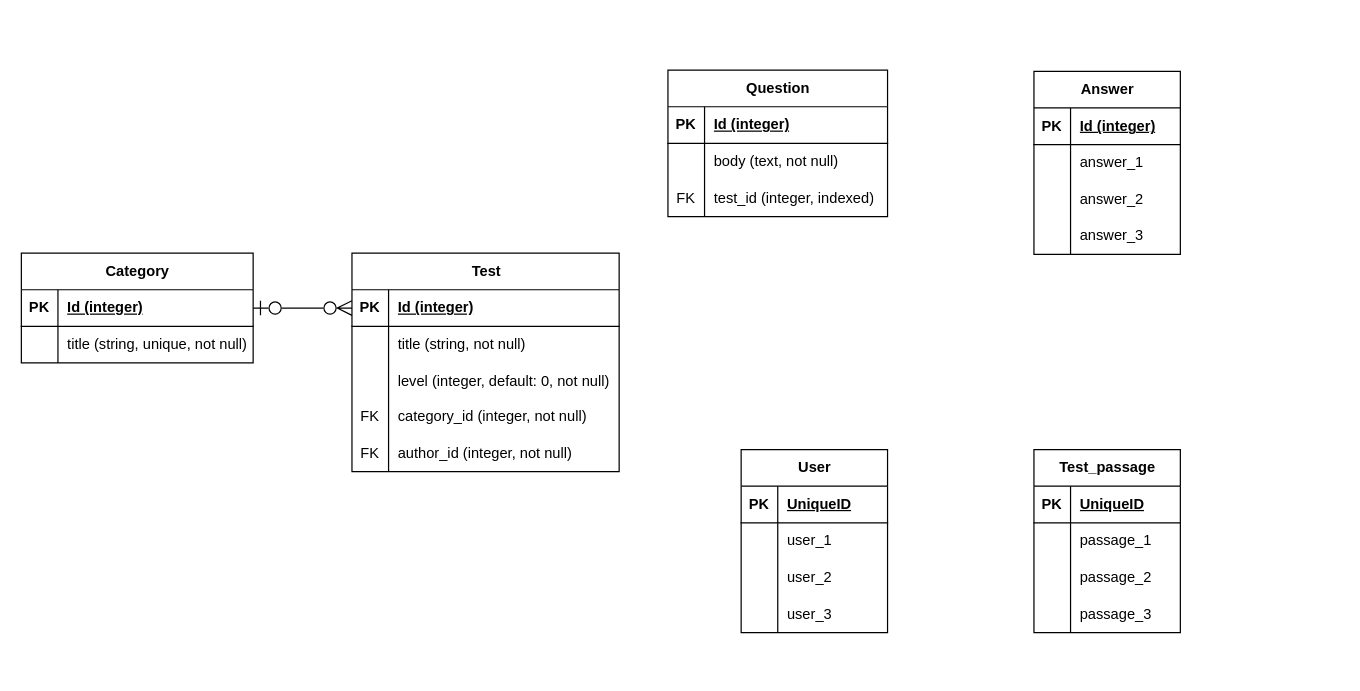
Above: Untitled Diagram.drawio in RomaVega/test-guru (draw.io), before the change. Source tidied: cells renumbered, new cells numbered last; positions are measured from the earlier drawing's top-left corner, leaving out a move shared by most shapes. Both pictures are drawn from the tidied source at 122%, with x=0, y=0 at pixel (21, 70).
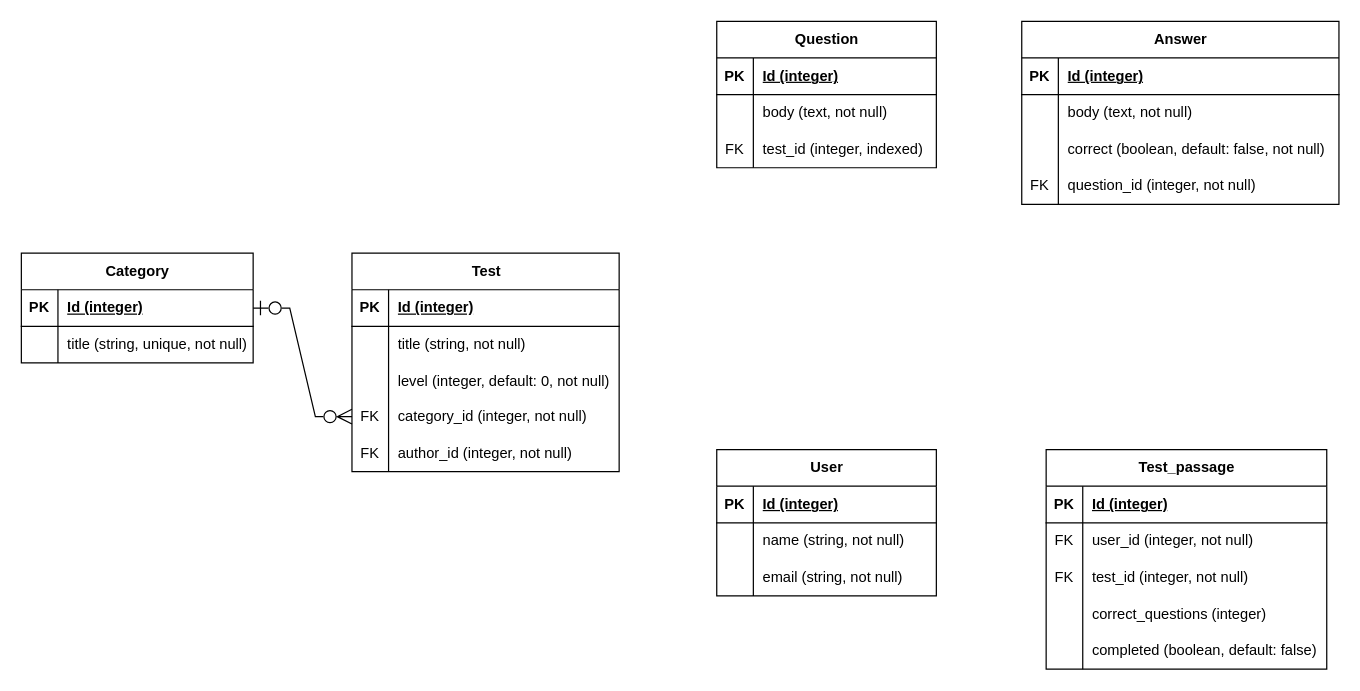
The same page after the edit.

Unchanged cells that the change refers to:
```xml
<mxCell id="3" style="shape=tableRow;horizontal=0;startSize=0;swimlaneHead=0;swimlaneBody=0;fillColor=none;points=[[0,0.5],[1,0.5]];portConstraint=eastwest;top=0;left=0;right=0;bottom=1;fontSize=12;" parent="2" vertex="1">
  <mxGeometry y="30" width="190" height="30" as="geometry" />
</mxCell>
<mxCell id="10" style="shape=tableRow;horizontal=0;startSize=0;swimlaneHead=0;swimlaneBody=0;fillColor=none;points=[[0,0.5],[1,0.5]];portConstraint=eastwest;top=0;left=0;right=0;bottom=1;fontSize=12;" parent="9" vertex="1">
  <mxGeometry y="30" width="219" height="30" as="geometry" />
</mxCell>
<mxCell id="19" style="shape=tableRow;horizontal=0;startSize=0;swimlaneHead=0;swimlaneBody=0;fillColor=none;points=[[0,0.5],[1,0.5]];portConstraint=eastwest;top=0;left=0;right=0;bottom=0;fontSize=12;" parent="9" vertex="1">
  <mxGeometry y="119" width="219" height="30" as="geometry" />
</mxCell>
```

Diff of the diagram source:
```diff
@@
-    <mxCell id="25" style="edgeStyle=entityRelationEdgeStyle;fontSize=12;html=1;endArrow=ERzeroToMany;startArrow=ERzeroToOne;rounded=0;entryX=0;entryY=0.5;entryDx=0;entryDy=0;exitX=1;exitY=0.5;exitDx=0;exitDy=0;startFill=0;endFill=0;startSize=10;endSize=10;" parent="1" edge="1" source="3" target="10">
+    <mxCell id="25" style="edgeStyle=entityRelationEdgeStyle;fontSize=12;html=1;endArrow=ERzeroToMany;startArrow=ERzeroToOne;rounded=0;entryX=0;entryY=0.5;entryDx=0;entryDy=0;exitX=1;exitY=0.5;exitDx=0;exitDy=0;startFill=0;endFill=0;startSize=10;endSize=10;" parent="1" edge="1" source="3" target="19">
       <mxGeometry relative="1" as="geometry" />
     </mxCell>
     <mxCell id="26" value="Question" style="shape=table;startSize=30;childLayout=tableLayout;rowLines=0;fontStyle=1;align=center;html=1;fontSize=12;" parent="1" vertex="1">
-      <mxGeometry x="530" width="180" height="120" as="geometry" />
+      <mxGeometry x="570" y="-40" width="180" height="120" as="geometry" />
     </mxCell>
@@
     <mxCell id="36" value="User" style="shape=table;startSize=30;childLayout=tableLayout;rowLines=0;fontStyle=1;align=center;html=1;fontSize=12;" parent="1" vertex="1">
-      <mxGeometry x="590" y="311" width="120" height="150" as="geometry" />
+      <mxGeometry x="570" y="311" width="180" height="120" as="geometry" />
     </mxCell>
     <mxCell id="37" style="shape=tableRow;horizontal=0;startSize=0;swimlaneHead=0;swimlaneBody=0;fillColor=none;top=0;left=0;right=0;bottom=1;fontSize=12;" parent="36" vertex="1">
-      <mxGeometry y="30" width="120" height="30" as="geometry" />
+      <mxGeometry y="30" width="180" height="30" as="geometry" />
     </mxCell>
@@
-    <mxCell id="39" value="UniqueID" style="shape=partialRectangle;fillColor=none;top=0;left=0;bottom=0;right=0;align=left;spacingLeft=6;fontStyle=5;overflow=hidden;whiteSpace=wrap;html=1;fontSize=12;" parent="37" vertex="1">
-      <mxGeometry x="30" width="90" height="30" as="geometry" />
+    <mxCell id="39" value="Id (integer)" style="shape=partialRectangle;fillColor=none;top=0;left=0;bottom=0;right=0;align=left;spacingLeft=6;fontStyle=5;overflow=hidden;whiteSpace=wrap;html=1;fontSize=12;" parent="37" vertex="1">
+      <mxGeometry x="30" width="150" height="30" as="geometry" />
     </mxCell>
     <mxCell id="40" style="shape=tableRow;horizontal=0;startSize=0;swimlaneHead=0;swimlaneBody=0;fillColor=none;top=0;left=0;right=0;bottom=0;fontSize=12;" parent="36" vertex="1">
-      <mxGeometry y="60" width="120" height="30" as="geometry" />
+      <mxGeometry y="60" width="180" height="30" as="geometry" />
     </mxCell>
@@
-    <mxCell id="42" value="user_1" style="shape=partialRectangle;fillColor=none;top=0;left=0;bottom=0;right=0;align=left;spacingLeft=6;overflow=hidden;whiteSpace=wrap;html=1;fontSize=12;" parent="40" vertex="1">
-      <mxGeometry x="30" width="90" height="30" as="geometry" />
+    <mxCell id="42" value="name (string, not null)" style="shape=partialRectangle;fillColor=none;top=0;left=0;bottom=0;right=0;align=left;spacingLeft=6;overflow=hidden;whiteSpace=wrap;html=1;fontSize=12;" parent="40" vertex="1">
+      <mxGeometry x="30" width="150" height="30" as="geometry" />
     </mxCell>
     <mxCell id="43" style="shape=tableRow;horizontal=0;startSize=0;swimlaneHead=0;swimlaneBody=0;fillColor=none;top=0;left=0;right=0;bottom=0;fontSize=12;" parent="36" vertex="1">
-      <mxGeometry y="90" width="120" height="30" as="geometry" />
+      <mxGeometry y="90" width="180" height="30" as="geometry" />
     </mxCell>
@@
-    <mxCell id="45" value="user_2" style="shape=partialRectangle;fillColor=none;top=0;left=0;bottom=0;right=0;align=left;spacingLeft=6;overflow=hidden;whiteSpace=wrap;html=1;fontSize=12;" parent="43" vertex="1">
-      <mxGeometry x="30" width="90" height="30" as="geometry" />
+    <mxCell id="45" value="email (string, not null)" style="shape=partialRectangle;fillColor=none;top=0;left=0;bottom=0;right=0;align=left;spacingLeft=6;overflow=hidden;whiteSpace=wrap;html=1;fontSize=12;" parent="43" vertex="1">
+      <mxGeometry x="30" width="150" height="30" as="geometry" />
     </mxCell>
-    <mxCell id="46" style="shape=tableRow;horizontal=0;startSize=0;swimlaneHead=0;swimlaneBody=0;fillColor=none;top=0;left=0;right=0;bottom=0;fontSize=12;" parent="36" vertex="1">
-      <mxGeometry y="120" width="120" height="30" as="geometry" />
-    </mxCell>
-    <mxCell id="47" style="shape=partialRectangle;fillColor=none;top=0;left=0;bottom=0;right=0;overflow=hidden;whiteSpace=wrap;html=1;fontSize=12;" parent="46" vertex="1">
-      <mxGeometry width="30" height="30" as="geometry" />
-    </mxCell>
-    <mxCell id="48" value="user_3" style="shape=partialRectangle;fillColor=none;top=0;left=0;bottom=0;right=0;align=left;spacingLeft=6;overflow=hidden;whiteSpace=wrap;html=1;fontSize=12;" parent="46" vertex="1">
-      <mxGeometry x="30" width="90" height="30" as="geometry" />
-    </mxCell>
     <mxCell id="49" value="Test_passage" style="shape=table;startSize=30;childLayout=tableLayout;rowLines=0;fontStyle=1;align=center;html=1;fontSize=12;" parent="1" vertex="1">
-      <mxGeometry x="830" y="311" width="120" height="150" as="geometry" />
+      <mxGeometry x="840" y="311" width="230" height="180" as="geometry" />
     </mxCell>
     <mxCell id="50" style="shape=tableRow;horizontal=0;startSize=0;swimlaneHead=0;swimlaneBody=0;fillColor=none;top=0;left=0;right=0;bottom=1;fontSize=12;" parent="49" vertex="1">
-      <mxGeometry y="30" width="120" height="30" as="geometry" />
+      <mxGeometry y="30" width="230" height="30" as="geometry" />
     </mxCell>
@@
-    <mxCell id="52" value="UniqueID" style="shape=partialRectangle;fillColor=none;top=0;left=0;bottom=0;right=0;align=left;spacingLeft=6;fontStyle=5;overflow=hidden;whiteSpace=wrap;html=1;fontSize=12;" parent="50" vertex="1">
-      <mxGeometry x="30" width="90" height="30" as="geometry" />
+    <mxCell id="52" value="Id (integer)" style="shape=partialRectangle;fillColor=none;top=0;left=0;bottom=0;right=0;align=left;spacingLeft=6;fontStyle=5;overflow=hidden;whiteSpace=wrap;html=1;fontSize=12;" parent="50" vertex="1">
+      <mxGeometry x="30" width="200" height="30" as="geometry" />
     </mxCell>
     <mxCell id="53" style="shape=tableRow;horizontal=0;startSize=0;swimlaneHead=0;swimlaneBody=0;fillColor=none;top=0;left=0;right=0;bottom=0;fontSize=12;" parent="49" vertex="1">
-      <mxGeometry y="60" width="120" height="30" as="geometry" />
+      <mxGeometry y="60" width="230" height="30" as="geometry" />
     </mxCell>
-    <mxCell id="54" style="shape=partialRectangle;fillColor=none;top=0;left=0;bottom=0;right=0;overflow=hidden;whiteSpace=wrap;html=1;fontSize=12;" parent="53" vertex="1">
+    <mxCell id="54" value="FK" style="shape=partialRectangle;fillColor=none;top=0;left=0;bottom=0;right=0;overflow=hidden;whiteSpace=wrap;html=1;fontSize=12;" parent="53" vertex="1">
       <mxGeometry width="30" height="30" as="geometry" />
     </mxCell>
-    <mxCell id="55" value="passage_1" style="shape=partialRectangle;fillColor=none;top=0;left=0;bottom=0;right=0;align=left;spacingLeft=6;overflow=hidden;whiteSpace=wrap;html=1;fontSize=12;" parent="53" vertex="1">
-      <mxGeometry x="30" width="90" height="30" as="geometry" />
+    <mxCell id="55" value="user_id (integer, not null)" style="shape=partialRectangle;fillColor=none;top=0;left=0;bottom=0;right=0;align=left;spacingLeft=6;overflow=hidden;whiteSpace=wrap;html=1;fontSize=12;" parent="53" vertex="1">
+      <mxGeometry x="30" width="200" height="30" as="geometry" />
     </mxCell>
     <mxCell id="56" style="shape=tableRow;horizontal=0;startSize=0;swimlaneHead=0;swimlaneBody=0;fillColor=none;top=0;left=0;right=0;bottom=0;fontSize=12;" parent="49" vertex="1">
-      <mxGeometry y="90" width="120" height="30" as="geometry" />
+      <mxGeometry y="90" width="230" height="30" as="geometry" />
     </mxCell>
-    <mxCell id="57" style="shape=partialRectangle;fillColor=none;top=0;left=0;bottom=0;right=0;overflow=hidden;whiteSpace=wrap;html=1;fontSize=12;" parent="56" vertex="1">
+    <mxCell id="57" value="FK" style="shape=partialRectangle;fillColor=none;top=0;left=0;bottom=0;right=0;overflow=hidden;whiteSpace=wrap;html=1;fontSize=12;" parent="56" vertex="1">
       <mxGeometry width="30" height="30" as="geometry" />
     </mxCell>
-    <mxCell id="58" value="passage_2" style="shape=partialRectangle;fillColor=none;top=0;left=0;bottom=0;right=0;align=left;spacingLeft=6;overflow=hidden;whiteSpace=wrap;html=1;fontSize=12;" parent="56" vertex="1">
-      <mxGeometry x="30" width="90" height="30" as="geometry" />
+    <mxCell id="58" value="test_id (integer, not null)" style="shape=partialRectangle;fillColor=none;top=0;left=0;bottom=0;right=0;align=left;spacingLeft=6;overflow=hidden;whiteSpace=wrap;html=1;fontSize=12;" parent="56" vertex="1">
+      <mxGeometry x="30" width="200" height="30" as="geometry" />
     </mxCell>
     <mxCell id="59" style="shape=tableRow;horizontal=0;startSize=0;swimlaneHead=0;swimlaneBody=0;fillColor=none;top=0;left=0;right=0;bottom=0;fontSize=12;" parent="49" vertex="1">
-      <mxGeometry y="120" width="120" height="30" as="geometry" />
+      <mxGeometry y="120" width="230" height="30" as="geometry" />
     </mxCell>
@@
-    <mxCell id="61" value="passage_3" style="shape=partialRectangle;fillColor=none;top=0;left=0;bottom=0;right=0;align=left;spacingLeft=6;overflow=hidden;whiteSpace=wrap;html=1;fontSize=12;" parent="59" vertex="1">
-      <mxGeometry x="30" width="90" height="30" as="geometry" />
+    <mxCell id="61" value="correct_questions (integer)" style="shape=partialRectangle;fillColor=none;top=0;left=0;bottom=0;right=0;align=left;spacingLeft=6;overflow=hidden;whiteSpace=wrap;html=1;fontSize=12;" parent="59" vertex="1">
+      <mxGeometry x="30" width="200" height="30" as="geometry" />
     </mxCell>
+    <mxCell id="75" style="shape=tableRow;horizontal=0;startSize=0;swimlaneHead=0;swimlaneBody=0;fillColor=none;top=0;left=0;right=0;bottom=0;fontSize=12;" parent="49" vertex="1">
+      <mxGeometry y="150" width="230" height="30" as="geometry" />
+    </mxCell>
+    <mxCell id="47" style="shape=partialRectangle;fillColor=none;top=0;left=0;bottom=0;right=0;overflow=hidden;whiteSpace=wrap;html=1;fontSize=12;" parent="75" vertex="1">
+      <mxGeometry width="30" height="30" as="geometry" />
+    </mxCell>
+    <mxCell id="76" value="completed (boolean, default: false)" style="shape=partialRectangle;fillColor=none;top=0;left=0;bottom=0;right=0;align=left;spacingLeft=6;overflow=hidden;whiteSpace=wrap;html=1;fontSize=12;" parent="75" vertex="1">
+      <mxGeometry x="30" width="200" height="30" as="geometry" />
+    </mxCell>
     <mxCell id="62" value="Answer" style="shape=table;startSize=30;childLayout=tableLayout;rowLines=0;fontStyle=1;align=center;html=1;fontSize=12;" parent="1" vertex="1">
-      <mxGeometry x="830" y="1" width="120" height="150" as="geometry" />
+      <mxGeometry x="820" y="-40" width="260" height="150" as="geometry" />
     </mxCell>
     <mxCell id="63" style="shape=tableRow;horizontal=0;startSize=0;swimlaneHead=0;swimlaneBody=0;fillColor=none;top=0;left=0;right=0;bottom=1;fontSize=12;" parent="62" vertex="1">
-      <mxGeometry y="30" width="120" height="30" as="geometry" />
+      <mxGeometry y="30" width="260" height="30" as="geometry" />
     </mxCell>
@@
     <mxCell id="65" value="Id (integer)" style="shape=partialRectangle;fillColor=none;top=0;left=0;bottom=0;right=0;align=left;spacingLeft=6;fontStyle=5;overflow=hidden;whiteSpace=wrap;html=1;fontSize=12;" parent="63" vertex="1">
-      <mxGeometry x="30" width="90" height="30" as="geometry" />
+      <mxGeometry x="30" width="230" height="30" as="geometry" />
     </mxCell>
     <mxCell id="66" style="shape=tableRow;horizontal=0;startSize=0;swimlaneHead=0;swimlaneBody=0;fillColor=none;top=0;left=0;right=0;bottom=0;fontSize=12;" parent="62" vertex="1">
-      <mxGeometry y="60" width="120" height="30" as="geometry" />
+      <mxGeometry y="60" width="260" height="30" as="geometry" />
     </mxCell>
@@
-    <mxCell id="68" value="answer_1" style="shape=partialRectangle;fillColor=none;top=0;left=0;bottom=0;right=0;align=left;spacingLeft=6;overflow=hidden;whiteSpace=wrap;html=1;fontSize=12;" parent="66" vertex="1">
-      <mxGeometry x="30" width="90" height="30" as="geometry" />
+    <mxCell id="68" value="body (text, not null)" style="shape=partialRectangle;fillColor=none;top=0;left=0;bottom=0;right=0;align=left;spacingLeft=6;overflow=hidden;whiteSpace=wrap;html=1;fontSize=12;" parent="66" vertex="1">
+      <mxGeometry x="30" width="230" height="30" as="geometry" />
     </mxCell>
     <mxCell id="69" style="shape=tableRow;horizontal=0;startSize=0;swimlaneHead=0;swimlaneBody=0;fillColor=none;top=0;left=0;right=0;bottom=0;fontSize=12;" parent="62" vertex="1">
-      <mxGeometry y="90" width="120" height="30" as="geometry" />
+      <mxGeometry y="90" width="260" height="30" as="geometry" />
     </mxCell>
@@
-    <mxCell id="71" value="answer_2" style="shape=partialRectangle;fillColor=none;top=0;left=0;bottom=0;right=0;align=left;spacingLeft=6;overflow=hidden;whiteSpace=wrap;html=1;fontSize=12;" parent="69" vertex="1">
-      <mxGeometry x="30" width="90" height="30" as="geometry" />
+    <mxCell id="71" value="correct (boolean, default: false, not null)" style="shape=partialRectangle;fillColor=none;top=0;left=0;bottom=0;right=0;align=left;spacingLeft=6;overflow=hidden;whiteSpace=wrap;html=1;fontSize=12;" parent="69" vertex="1">
+      <mxGeometry x="30" width="230" height="30" as="geometry" />
     </mxCell>
     <mxCell id="72" style="shape=tableRow;horizontal=0;startSize=0;swimlaneHead=0;swimlaneBody=0;fillColor=none;top=0;left=0;right=0;bottom=0;fontSize=12;" parent="62" vertex="1">
-      <mxGeometry y="120" width="120" height="30" as="geometry" />
+      <mxGeometry y="120" width="260" height="30" as="geometry" />
     </mxCell>
-    <mxCell id="73" style="shape=partialRectangle;fillColor=none;top=0;left=0;bottom=0;right=0;overflow=hidden;whiteSpace=wrap;html=1;fontSize=12;" parent="72" vertex="1">
+    <mxCell id="73" value="FK" style="shape=partialRectangle;fillColor=none;top=0;left=0;bottom=0;right=0;overflow=hidden;whiteSpace=wrap;html=1;fontSize=12;" parent="72" vertex="1">
       <mxGeometry width="30" height="30" as="geometry" />
     </mxCell>
-    <mxCell id="74" value="answer_3" style="shape=partialRectangle;fillColor=none;top=0;left=0;bottom=0;right=0;align=left;spacingLeft=6;overflow=hidden;whiteSpace=wrap;html=1;fontSize=12;" parent="72" vertex="1">
-      <mxGeometry x="30" width="90" height="30" as="geometry" />
+    <mxCell id="74" value="question_id (integer, not null)" style="shape=partialRectangle;fillColor=none;top=0;left=0;bottom=0;right=0;align=left;spacingLeft=6;overflow=hidden;whiteSpace=wrap;html=1;fontSize=12;" parent="72" vertex="1">
+      <mxGeometry x="30" width="230" height="30" as="geometry" />
     </mxCell>
```
